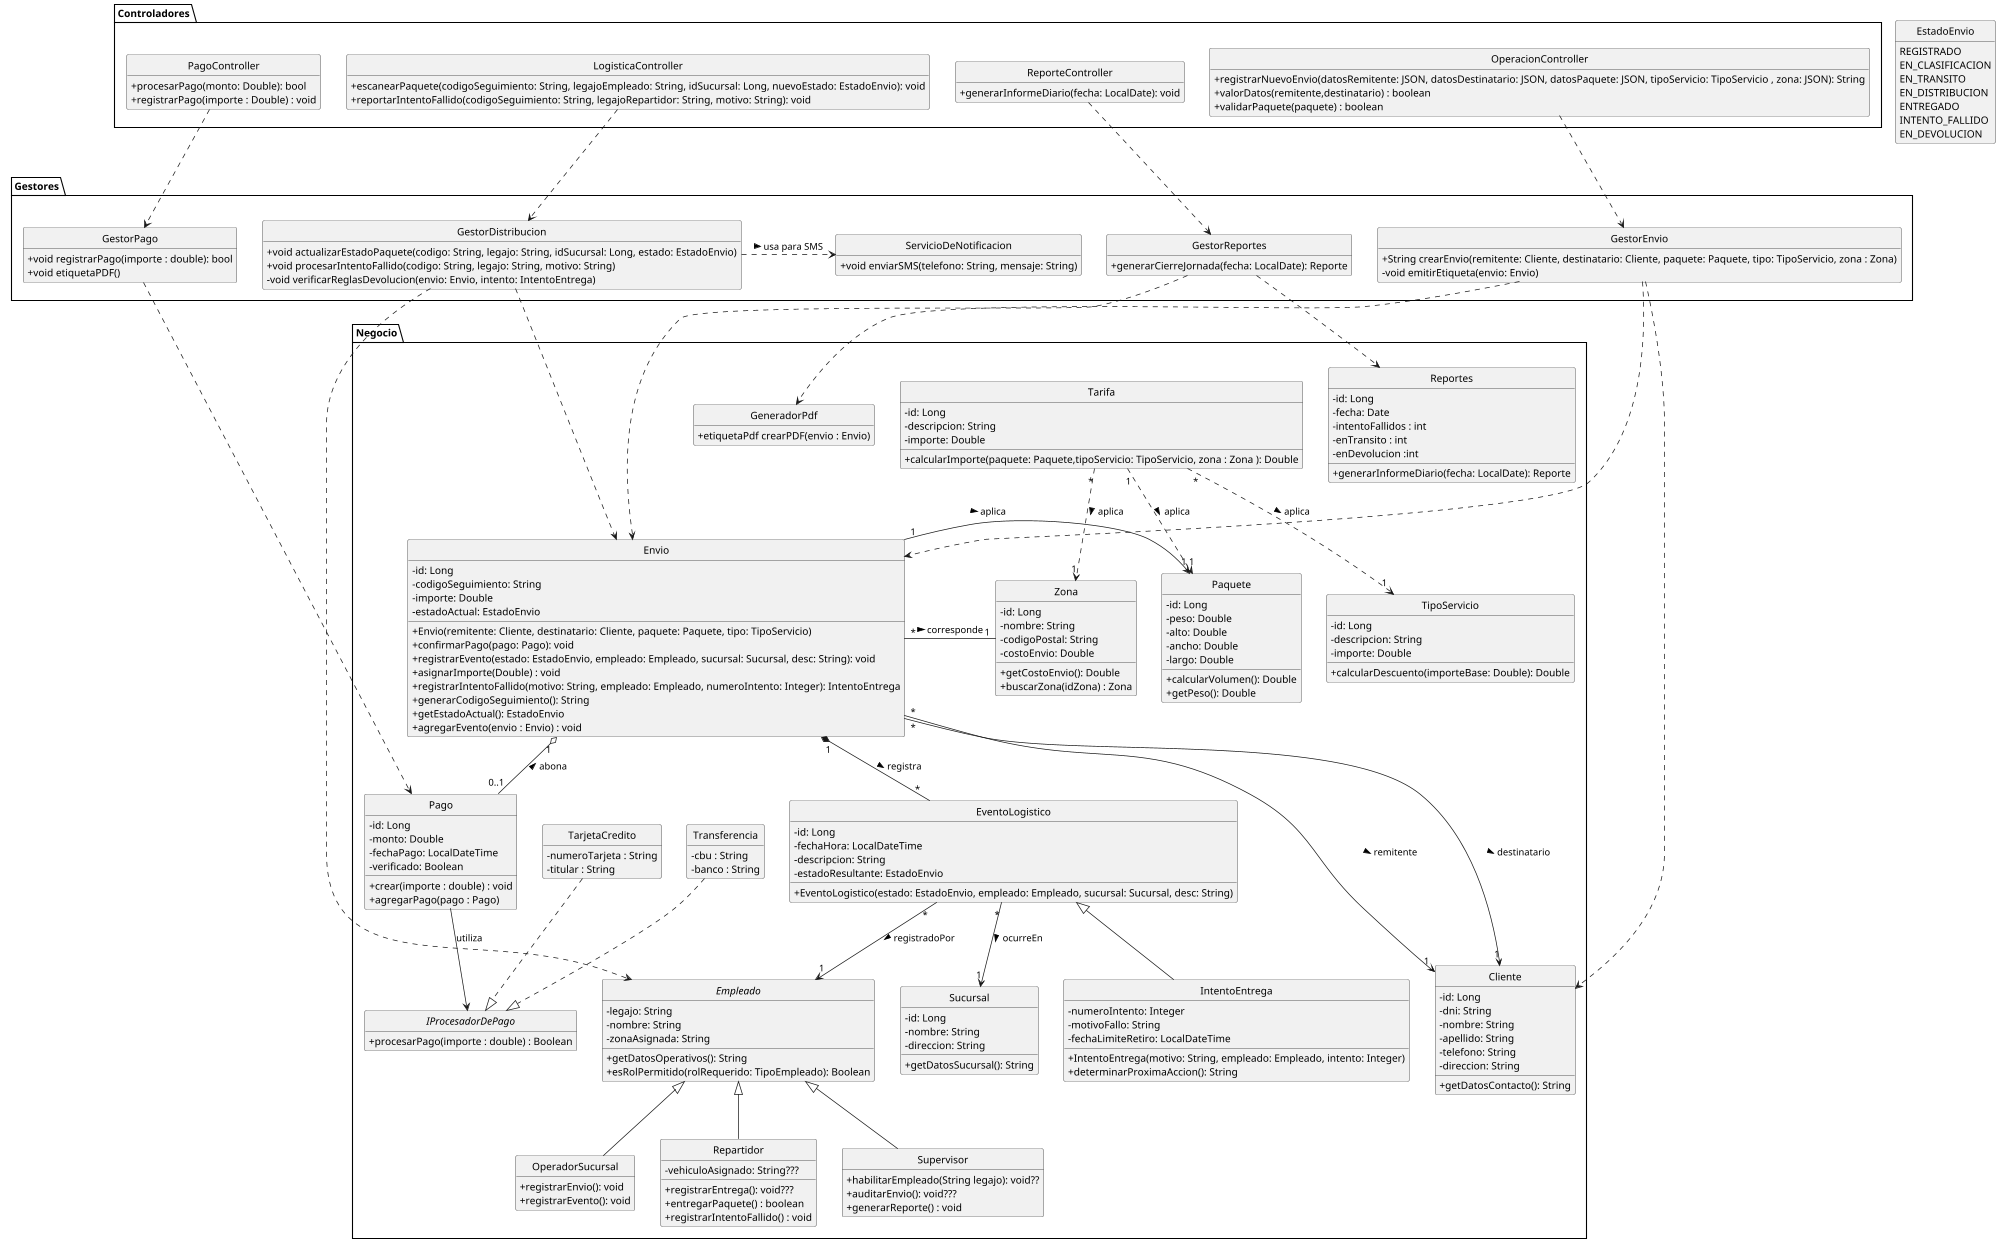
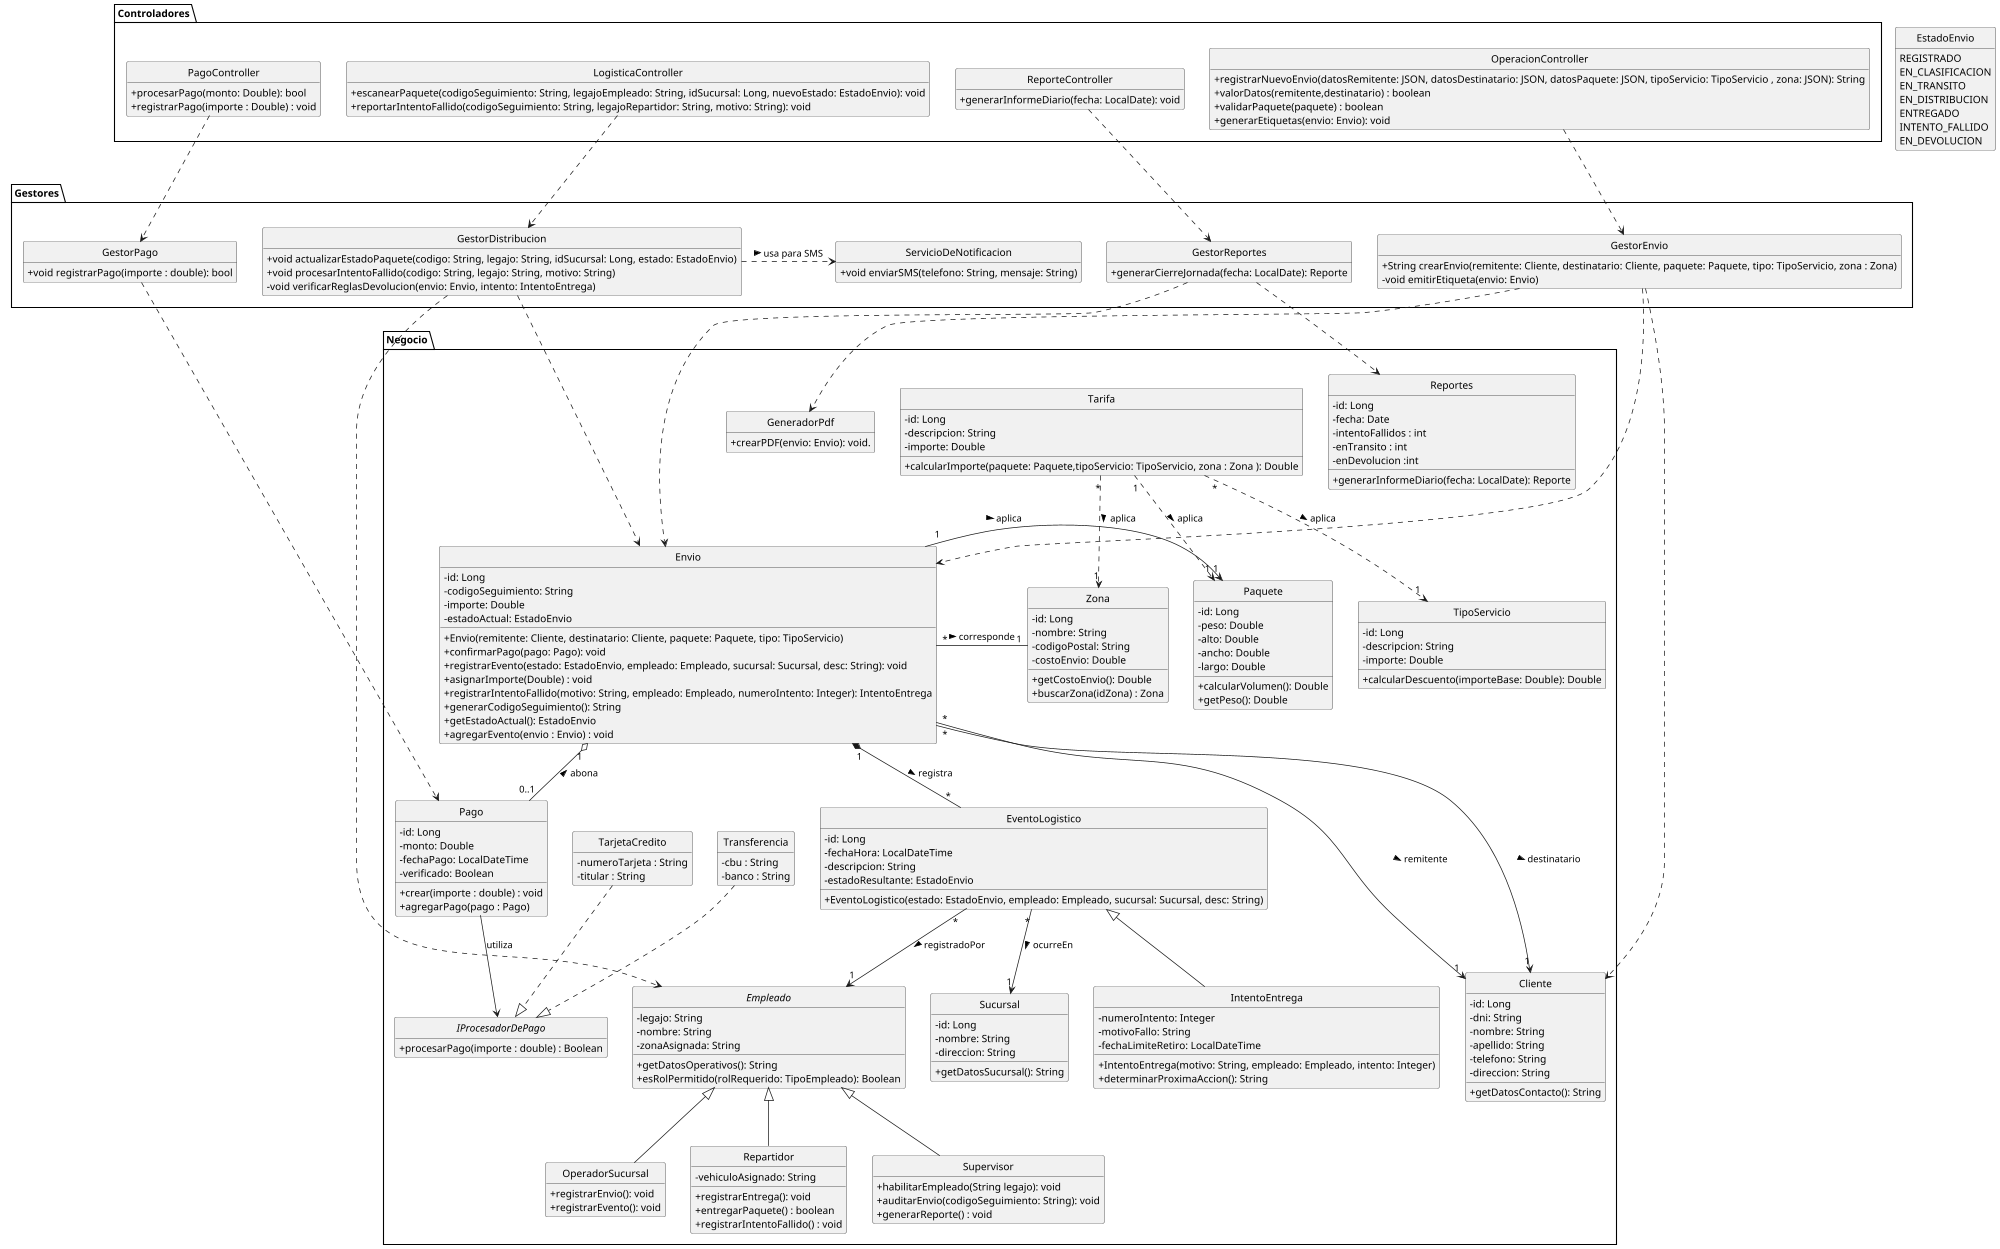
@startuml
scale max 2000 width
skinparam classAttributeIconSize 0
skinparam style strictuml
skinparam DefaultFontName "Arial"
hide empty members

package Negocio{
  ' interface Suscripcion {

  '   + esPrioritario(): Boolean
  ' }

  ' --- ENTIDADES DE DOMINIO (Lógica y Estado) ---
  class Cliente {
    - id: Long
    - dni: String
    - nombre: String
    - apellido: String
    - telefono: String
    - direccion: String
    + getDatosContacto(): String
  }

  class Envio {
    - id: Long
    - codigoSeguimiento: String
    - importe: Double
    - estadoActual: EstadoEnvio

    + Envio(remitente: Cliente, destinatario: Cliente, paquete: Paquete, tipo: TipoServicio)
    + confirmarPago(pago: Pago): void
    + registrarEvento(estado: EstadoEnvio, empleado: Empleado, sucursal: Sucursal, desc: String): void
    + asignarImporte(Double) : void
    + registrarIntentoFallido(motivo: String, empleado: Empleado, numeroIntento: Integer): IntentoEntrega
    + generarCodigoSeguimiento(): String
    + getEstadoActual(): EstadoEnvio
    + agregarEvento(envio : Envio) : void
  }

  class TipoServicio{
    - id: Long
    - descripcion: String
    - importe: Double
    + calcularDescuento(importeBase: Double): Double
  }

  class Paquete {
    - id: Long
    - peso: Double
    - alto: Double
    - ancho: Double
    - largo: Double
    + calcularVolumen(): Double
    + getPeso(): Double
  }

  class Pago {
    - id: Long
    - monto: Double
    - fechaPago: LocalDateTime
    - verificado: Boolean
    + crear(importe : double) : void
    + agregarPago(pago : Pago)
  }

  interface IProcesadorDePago{
    +procesarPago(importe : double) : Boolean
}

class TarjetaCredito{
    -numeroTarjeta : String
    -titular : String
}

class Transferencia{
    -cbu : String
    -banco : String
}


  abstract class Empleado {
    - legajo: String
    - nombre: String
    - zonaAsignada: String
    + getDatosOperativos(): String
    + esRolPermitido(rolRequerido: TipoEmpleado): Boolean
  }

  class OperadorSucursal {
    + registrarEnvio(): void
    + registrarEvento(): void
  }
  class Sucursal{
    - id: Long
    - nombre: String
    - direccion: String
    + getDatosSucursal(): String
  }

  class Repartidor {
-     - vehiculoAsignado: String???
-     + registrarEntrega(): void???
+     - vehiculoAsignado: String
+     + registrarEntrega(): void
    + entregarPaquete() : boolean
    + registrarIntentoFallido() : void
   }

  class Supervisor {
-     + habilitarEmpleado(String legajo): void??
-     + auditarEnvio(): void???
+     + habilitarEmpleado(String legajo): void
+     + auditarEnvio(codigoSeguimiento: String): void
+ generarReporte() : void
  }

  class Reportes{
    - id: Long
    - fecha: Date
    - intentoFallidos : int
    - enTransito : int
    - enDevolucion :int
    + generarInformeDiario(fecha: LocalDate): Reporte

  }

 class Zona {
    - id: Long
    - nombre: String
    - codigoPostal: String
    - costoEnvio: Double
    + getCostoEnvio(): Double
    + buscarZona(idZona) : Zona
  }


  class Tarifa{
    - id: Long
    - descripcion: String
    - importe: Double
    + calcularImporte(paquete: Paquete,tipoServicio: TipoServicio, zona : Zona ): Double
  }

  class EventoLogistico
{
    - id: Long
    - fechaHora: LocalDateTime
    - descripcion: String
    - estadoResultante: EstadoEnvio
    + EventoLogistico(estado: EstadoEnvio, empleado: Empleado, sucursal: Sucursal, desc: String)
  }

'   class SuscripcionMensual
' {
'     -fechaVencimiento : LocalDate
'     -servicioPrioritario : boolean
'     -descuento : double
'   }
'   note right of SuscripcionMensual
'     La cardinalidad 0 a 1 indica que puede o no tener
' una suscripción. Con lo cual queda la clase anexada a cliente para un futuro

'   end note

  class IntentoEntrega {
    - numeroIntento: Integer
    - motivoFallo: String
    - fechaLimiteRetiro: LocalDateTime
    + IntentoEntrega(motivo: String, empleado: Empleado, intento: Integer)
    + determinarProximaAccion(): String
  }
    class GeneradorPdf {
- 
-     + etiquetaPdf crearPDF(envio : Envio)
+     + crearPDF(envio: Envio): void.
  }

}

EventoLogistico <|-- IntentoEntrega
Empleado <|-- OperadorSucursal
Empleado <|-- Repartidor
Empleado <|-- Supervisor
Pago --> IProcesadorDePago : utiliza
TarjetaCredito ..|> IProcesadorDePago
Transferencia ..|> IProcesadorDePago




' --- CAPA DE CONTROLADORES (Interfaces externas / API) ---
package Controladores {
  class OperacionController {
    + registrarNuevoEnvio(datosRemitente: JSON, datosDestinatario: JSON, datosPaquete: JSON, tipoServicio: TipoServicio , zona: JSON): String
    + valorDatos(remitente,destinatario) : boolean
    + validarPaquete(paquete) : boolean
+     + generarEtiquetas(envio: Envio): void
  }

  class LogisticaController {
    + escanearPaquete(codigoSeguimiento: String, legajoEmpleado: String, idSucursal: Long, nuevoEstado: EstadoEnvio): void
    + reportarIntentoFallido(codigoSeguimiento: String, legajoRepartidor: String, motivo: String): void
  }

  class ReporteController {
    + generarInformeDiario(fecha: LocalDate): void
  }

  class PagoController {
    + procesarPago(monto: Double): bool
    + registrarPago(importe : Double) : void
  }


}

' --- CAPA DE GESTORES (Servicios de Aplicación / Casos de Uso) ---
package Gestores {
  class GestorEnvio {
    + String crearEnvio(remitente: Cliente, destinatario: Cliente, paquete: Paquete, tipo: TipoServicio, zona : Zona)
    - void emitirEtiqueta(envio: Envio)
  }

  class GestorDistribucion {
    + void actualizarEstadoPaquete(codigo: String, legajo: String, idSucursal: Long, estado: EstadoEnvio)
    + void procesarIntentoFallido(codigo: String, legajo: String, motivo: String)
    - void verificarReglasDevolucion(envio: Envio, intento: IntentoEntrega)
  }

  class ServicioDeNotificacion {
    + void enviarSMS(telefono: String, mensaje: String)
  }

  class GestorReportes {
    + generarCierreJornada(fecha: LocalDate): Reporte
  }
  class GestorPago {
    + void registrarPago(importe : double): bool
-     + void etiquetaPDF()
  }

}

' --- ENUMS E INTERFACES ---

enum EstadoEnvio {
  REGISTRADO
  EN_CLASIFICACION
  EN_TRANSITO
  EN_DISTRIBUCION
  ENTREGADO
  INTENTO_FALLIDO
  EN_DEVOLUCION
}
' --- DEPENDENCIAS ARQUITECTÓNICAS (Controladores -> Gestores -> Dominio) ---

' 1. Forzamos que los controladores apunten estrictamente HACIA ABAJO a los gestores
OperacionController .down.> GestorEnvio
LogisticaController .down.> GestorDistribucion
ReporteController .down.> GestorReportes
PagoController .down.> GestorPago

' 2. Forzamos que los gestores apunten HACIA ABAJO a las entidades de dominio
GestorPago .down.> Pago
GestorEnvio .down.> Envio
GestorEnvio .down.> Cliente
GestorDistribucion .down.> Envio
GestorDistribucion .down.> Empleado
GestorEnvio .down.> GeneradorPdf



' 3. Usamos direcciones laterales (derecha/izquierda) para servicios transversales
GestorDistribucion .right.> ServicioDeNotificacion : usa para SMS >
GestorReportes .down.> Reportes
GestorReportes .down.> Envio

' --- RELACIONES ESTRUCTURALES (Entidades de Dominio) ---

' Alargar las flechas (usando más guiones) ayuda a separar las entidades principales
Envio "*" ---> "1" Cliente : remitente >
Envio "*" ---> "1" Cliente : destinatario >

Envio "1" o-- "0..1" Pago : abona <
Envio "1" *-- "*" EventoLogistico : registra >
Envio "*" -left- "1" Zona : corresponde >
Envio "1" -right-> "1" Paquete : aplica >

' Agrupamos la lógica de tarifas para que no se disperse por el diagrama
Tarifa "*" .down.> "1" Zona : aplica >
Tarifa "*" .down.> "1" TipoServicio : aplica >
Tarifa "1" .down.> "1" Paquete : aplica >


' SuscripcionMensual "0" -up-> "1" Cliente : perteneceA >

EventoLogistico "*" --> "1" Empleado : registradoPor >
EventoLogistico "*" --> "1" Sucursal : ocurreEn >
@enduml
